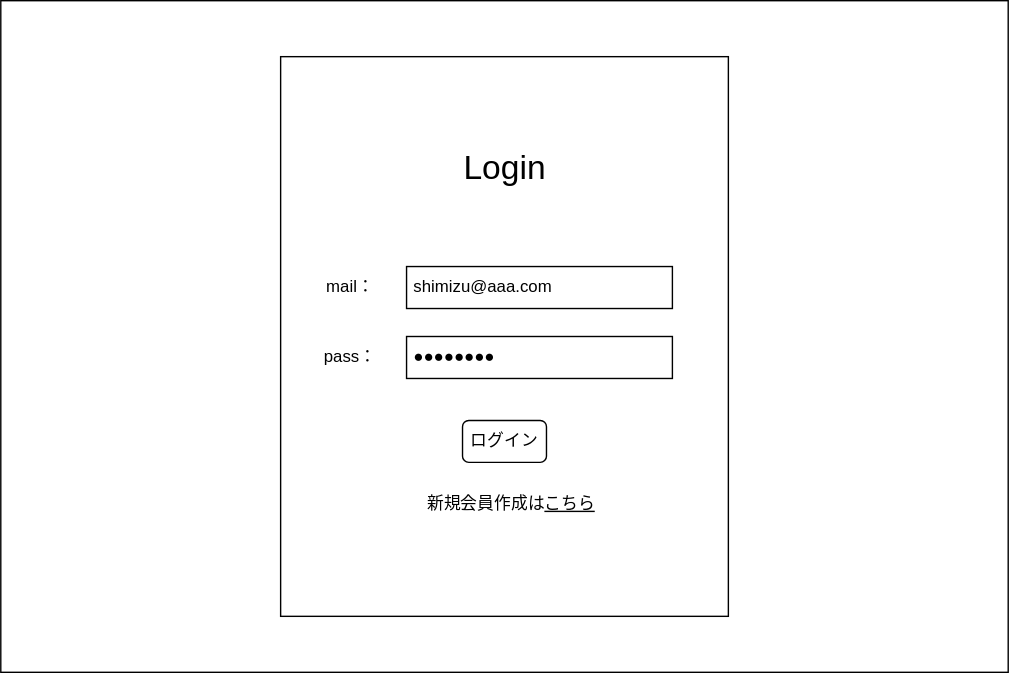
Above: documents/20_外部設計/image/G001_ログイン画面.svg in la-java-silicon-2021/shopping-doc (draw.io), before the change. Source tidied: cells renumbered, new cells last; positions are measured from the earlier drawing's top-left corner, leaving out a move shared by most shapes. The source it was exported from:
```xml
<mxGraphModel>
  <root>
    <mxCell id="0" />
    <mxCell id="1" parent="0" />
    <mxCell id="2" style="rounded=0;whiteSpace=wrap;html=1;fillColor=none;" parent="1" vertex="1">
      <mxGeometry width="720" height="480" as="geometry" />
    </mxCell>
    <mxCell id="3" style="rounded=0;whiteSpace=wrap;html=1;fillColor=none;" parent="1" vertex="1">
      <mxGeometry x="200" y="40" width="320" height="400" as="geometry" />
    </mxCell>
    <mxCell id="4" value="&amp;nbsp;shimizu@aaa.com" style="rounded=0;whiteSpace=wrap;html=1;align=left;" parent="1" vertex="1">
      <mxGeometry x="290" y="190" width="190" height="30" as="geometry" />
    </mxCell>
    <mxCell id="5" value="&amp;nbsp;●●●●●●●●" style="rounded=0;whiteSpace=wrap;html=1;align=left;" parent="1" vertex="1">
      <mxGeometry x="290" y="240" width="190" height="30" as="geometry" />
    </mxCell>
    <mxCell id="6" value="mail：" style="text;html=1;strokeColor=none;fillColor=none;align=center;verticalAlign=middle;whiteSpace=wrap;rounded=0;" parent="1" vertex="1">
      <mxGeometry x="230" y="195" width="40" height="20" as="geometry" />
    </mxCell>
    <mxCell id="7" value="pass：" style="text;html=1;strokeColor=none;fillColor=none;align=center;verticalAlign=middle;whiteSpace=wrap;rounded=0;" parent="1" vertex="1">
      <mxGeometry x="230" y="245" width="40" height="20" as="geometry" />
    </mxCell>
    <mxCell id="8" value="&lt;font style=&quot;font-size: 24px&quot;&gt;Login&lt;/font&gt;" style="text;html=1;strokeColor=none;fillColor=none;align=center;verticalAlign=middle;whiteSpace=wrap;rounded=0;" parent="1" vertex="1">
      <mxGeometry x="313.5" y="100" width="93" height="40" as="geometry" />
    </mxCell>
    <mxCell id="9" value="ログイン" style="rounded=1;whiteSpace=wrap;html=1;" parent="1" vertex="1">
      <mxGeometry x="330" y="300" width="60" height="30" as="geometry" />
    </mxCell>
    <mxCell id="10" value="新規会員作成は&lt;u&gt;こちら&lt;/u&gt;" style="text;html=1;strokeColor=none;fillColor=none;align=center;verticalAlign=middle;whiteSpace=wrap;rounded=0;" parent="1" vertex="1">
      <mxGeometry x="290" y="350" width="150" height="20" as="geometry" />
    </mxCell>
  </root>
</mxGraphModel>
```
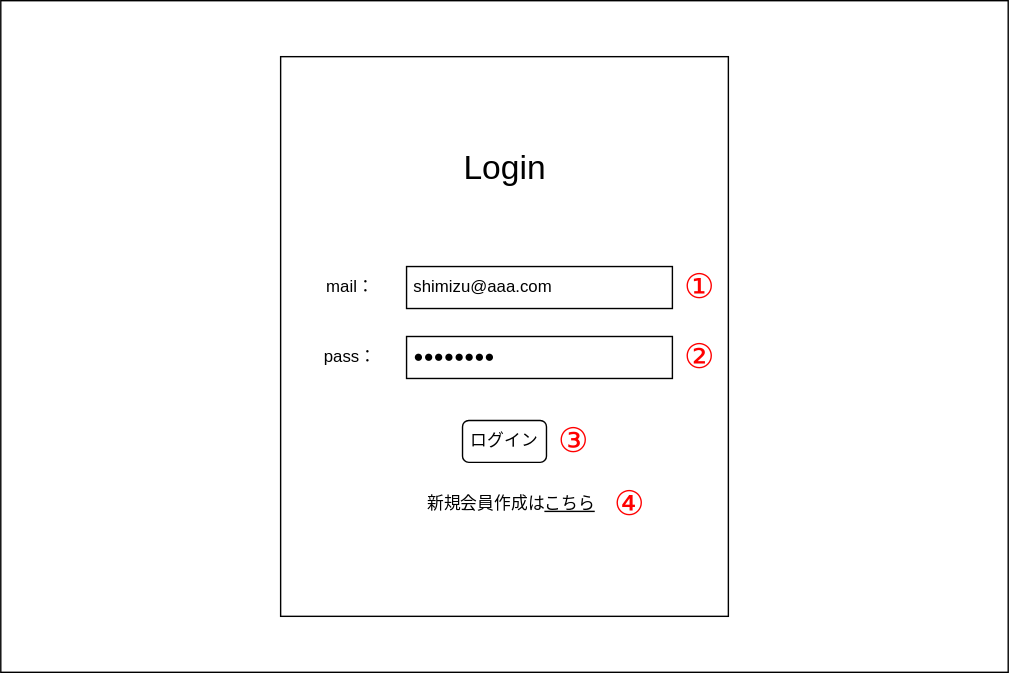
After the commit.

Commit message:
G001_ログイン画面.svg を更新します

What changed in the source:
```diff
@@ -29,5 +29,17 @@
     <mxCell id="10" value="新規会員作成は&lt;u&gt;こちら&lt;/u&gt;" style="text;html=1;strokeColor=none;fillColor=none;align=center;verticalAlign=middle;whiteSpace=wrap;rounded=0;" parent="1" vertex="1">
       <mxGeometry x="290" y="350" width="150" height="20" as="geometry" />
     </mxCell>
+    <mxCell id="11" value="&lt;font style=&quot;font-size: 24px&quot; color=&quot;#ff0000&quot;&gt;①&lt;/font&gt;" style="text;html=1;strokeColor=none;fillColor=none;align=center;verticalAlign=middle;whiteSpace=wrap;rounded=0;" parent="1" vertex="1">
+      <mxGeometry x="480" y="195" width="40" height="20" as="geometry" />
+    </mxCell>
+    <mxCell id="12" value="&lt;font style=&quot;font-size: 24px&quot; color=&quot;#ff0000&quot;&gt;②&lt;/font&gt;" style="text;html=1;strokeColor=none;fillColor=none;align=center;verticalAlign=middle;whiteSpace=wrap;rounded=0;" parent="1" vertex="1">
+      <mxGeometry x="480" y="245" width="40" height="20" as="geometry" />
+    </mxCell>
+    <mxCell id="13" value="&lt;font style=&quot;font-size: 24px&quot; color=&quot;#ff0000&quot;&gt;③&lt;/font&gt;" style="text;html=1;strokeColor=none;fillColor=none;align=center;verticalAlign=middle;whiteSpace=wrap;rounded=0;" parent="1" vertex="1">
+      <mxGeometry x="390" y="305" width="40" height="20" as="geometry" />
+    </mxCell>
+    <mxCell id="14" value="&lt;font style=&quot;font-size: 24px&quot; color=&quot;#ff0000&quot;&gt;④&lt;/font&gt;" style="text;html=1;strokeColor=none;fillColor=none;align=center;verticalAlign=middle;whiteSpace=wrap;rounded=0;" parent="1" vertex="1">
+      <mxGeometry x="430" y="350" width="40" height="20" as="geometry" />
+    </mxCell>
   </root>
 </mxGraphModel>
```
